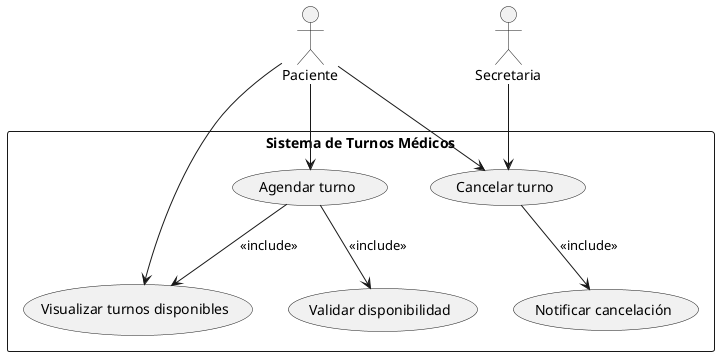
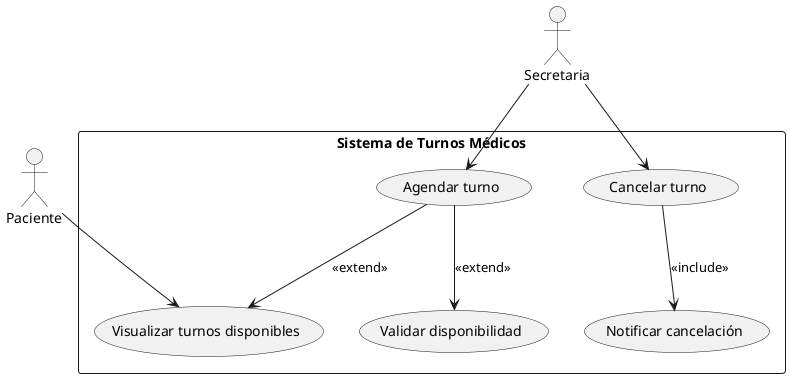
@startuml

actor Paciente
actor Secretaria
rectangle "Sistema de Turnos Médicos" {
  usecase "Visualizar turnos disponibles" as UC1
  usecase "Agendar turno" as UC2
  usecase "Cancelar turno" as UC3
  usecase "Validar disponibilidad" as UC4
  usecase "Notificar cancelación" as UC5

  Paciente --> (UC1)
-   Paciente --> (UC2)
-   Paciente --> (UC3)
+   Secretaria --> (UC2)
  Secretaria --> (UC3)

-   (UC2) --> (UC4) : <<include>>
-   (UC2) --> (UC1) : <<include>>
+   (UC2) --> (UC4) : <<extend>>
+   (UC2) --> (UC1) : <<extend>>

  (UC3) --> (UC5) : <<include>>

}
@enduml

' RC: Se recomienda separar los casos de uso "Visualizar turnos disponibles", "Agendar turno" y "Cancelar turno" en diagramas independientes para mayor claridad y agregar el actor Secretaria como actor principal en "Cancelar turno".